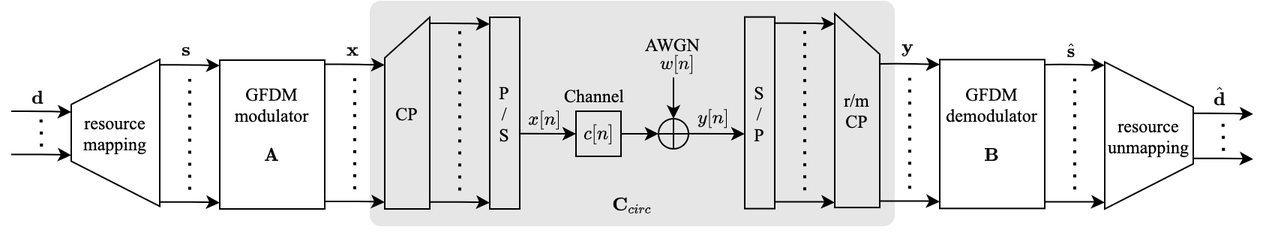
Earlier version of the draw.io export gfdm_system_model.png (jaylotw/GFDM). Source tidied: cells renumbered, new cells last; positions are measured from the earlier drawing's top-left corner, leaving out a move shared by most shapes.
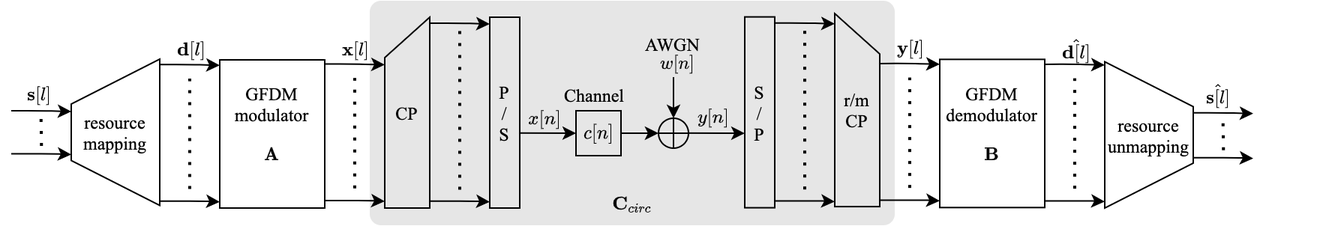
Above is the later version.

The edit, as a diff of the source:
```diff
@@ -5,8 +5,8 @@
     <mxCell id="2" style="rounded=1;whiteSpace=wrap;html=1;strokeColor=none;fillColor=#E6E6E6;arcSize=5;" parent="1" vertex="1">
       <mxGeometry x="239" width="350" height="150" as="geometry" />
     </mxCell>
-    <mxCell id="3" value="&lt;span style=&quot;color: rgb(0, 0, 0); font-size: 12px; font-style: normal; font-weight: 400; letter-spacing: normal; text-align: center; text-indent: 0px; text-transform: none; word-spacing: 0px; background-color: rgb(248, 249, 250); display: inline; float: none;&quot;&gt;$$\mathbf{d}$$&lt;/span&gt;" style="text;whiteSpace=wrap;html=1;fontFamily=Times New Roman;" parent="1" vertex="1">
-      <mxGeometry x="12" y="39" width="10" height="40" as="geometry" />
+    <mxCell id="3" value="&lt;span style=&quot;color: rgb(0 , 0 , 0) ; font-size: 12px ; font-style: normal ; font-weight: 400 ; letter-spacing: normal ; text-align: center ; text-indent: 0px ; text-transform: none ; word-spacing: 0px ; background-color: rgb(248 , 249 , 250) ; display: inline ; float: none&quot;&gt;$$\mathbf{s}[l]$$&lt;/span&gt;" style="text;whiteSpace=wrap;html=1;fontFamily=Times New Roman;" parent="1" vertex="1">
+      <mxGeometry x="9" y="36.9" width="10" height="40" as="geometry" />
     </mxCell>
     <mxCell id="4" value="P&lt;br&gt;/&lt;br&gt;S" style="rounded=0;whiteSpace=wrap;html=1;fontFamily=Times New Roman;fillColor=none;" parent="1" vertex="1">
       <mxGeometry x="319" y="11" width="20" height="127.5" as="geometry" />
@@ -190,8 +190,8 @@
         </Array>
       </mxGeometry>
     </mxCell>
-    <mxCell id="32" value="&lt;span style=&quot;color: rgb(0, 0, 0); font-size: 12px; font-style: normal; font-weight: 400; letter-spacing: normal; text-align: center; text-indent: 0px; text-transform: none; word-spacing: 0px; background-color: rgb(248, 249, 250); display: inline; float: none;&quot;&gt;$$\hat{\mathbf{d}}$$&lt;/span&gt;" style="text;whiteSpace=wrap;html=1;fontFamily=Times New Roman;" parent="1" vertex="1">
-      <mxGeometry x="800.1" y="36.9" width="20" height="40" as="geometry" />
+    <mxCell id="32" value="&lt;span style=&quot;color: rgb(0 , 0 , 0) ; font-size: 12px ; font-style: normal ; font-weight: 400 ; letter-spacing: normal ; text-align: center ; text-indent: 0px ; text-transform: none ; word-spacing: 0px ; background-color: rgb(248 , 249 , 250) ; display: inline ; float: none&quot;&gt;$$\hat{\mathbf{s}[l]&lt;br&gt;}$$&lt;/span&gt;" style="text;whiteSpace=wrap;html=1;fontFamily=Times New Roman;" parent="1" vertex="1">
+      <mxGeometry x="795" y="35.5" width="20" height="40" as="geometry" />
     </mxCell>
     <mxCell id="33" value="&lt;span style=&quot;color: rgb(0 , 0 , 0) ; font-size: 12px ; font-style: normal ; font-weight: 400 ; letter-spacing: normal ; text-align: center ; text-indent: 0px ; text-transform: none ; word-spacing: 0px ; background-color: rgb(248 , 249 , 250) ; display: inline ; float: none&quot;&gt;$${x[n]}$$&lt;/span&gt;" style="text;whiteSpace=wrap;html=1;fontFamily=Times New Roman;" parent="1" vertex="1">
       <mxGeometry x="343" y="53.2" width="12" height="40" as="geometry" />
@@ -199,14 +199,14 @@
     <mxCell id="34" value="&lt;span style=&quot;color: rgb(0, 0, 0); font-size: 12px; font-style: normal; font-weight: 400; letter-spacing: normal; text-align: center; text-indent: 0px; text-transform: none; word-spacing: 0px; display: inline; float: none;&quot;&gt;Channel&lt;/span&gt;" style="text;whiteSpace=wrap;html=1;fontFamily=Times New Roman;labelBackgroundColor=none;" parent="1" vertex="1">
       <mxGeometry x="367" y="50" width="49" height="20" as="geometry" />
     </mxCell>
-    <mxCell id="35" value="&lt;span style=&quot;color: rgb(0, 0, 0); font-size: 12px; font-style: normal; font-weight: 400; letter-spacing: normal; text-align: center; text-indent: 0px; text-transform: none; word-spacing: 0px; background-color: rgb(248, 249, 250); display: inline; float: none;&quot;&gt;$${\mathbf{x}}$$&lt;/span&gt;" style="text;whiteSpace=wrap;html=1;fontFamily=Times New Roman;" parent="1" vertex="1">
-      <mxGeometry x="222" y="6.5" width="12" height="40" as="geometry" />
+    <mxCell id="35" value="&lt;span style=&quot;color: rgb(0 , 0 , 0) ; font-size: 12px ; font-style: normal ; font-weight: 400 ; letter-spacing: normal ; text-align: center ; text-indent: 0px ; text-transform: none ; word-spacing: 0px ; background-color: rgb(248 , 249 , 250) ; display: inline ; float: none&quot;&gt;$${\mathbf{x}[l]&lt;br&gt;}$$&lt;/span&gt;" style="text;whiteSpace=wrap;html=1;fontFamily=Times New Roman;" parent="1" vertex="1">
+      <mxGeometry x="219" y="6.5" width="12" height="40" as="geometry" />
     </mxCell>
-    <mxCell id="36" value="&lt;span style=&quot;color: rgb(0, 0, 0); font-size: 12px; font-style: normal; font-weight: 400; letter-spacing: normal; text-align: center; text-indent: 0px; text-transform: none; word-spacing: 0px; background-color: rgb(248, 249, 250); display: inline; float: none;&quot;&gt;$${\mathbf{y}}$$&lt;/span&gt;" style="text;whiteSpace=wrap;html=1;fontFamily=Times New Roman;" parent="1" vertex="1">
-      <mxGeometry x="592" y="4.8" width="12" height="40" as="geometry" />
+    <mxCell id="36" value="&lt;span style=&quot;color: rgb(0 , 0 , 0) ; font-size: 12px ; font-style: normal ; font-weight: 400 ; letter-spacing: normal ; text-align: center ; text-indent: 0px ; text-transform: none ; word-spacing: 0px ; background-color: rgb(248 , 249 , 250) ; display: inline ; float: none&quot;&gt;$${\mathbf{y}[l]&lt;br&gt;}$$&lt;/span&gt;" style="text;whiteSpace=wrap;html=1;fontFamily=Times New Roman;" parent="1" vertex="1">
+      <mxGeometry x="589" y="5.5" width="12" height="40" as="geometry" />
     </mxCell>
-    <mxCell id="37" value="&lt;span style=&quot;color: rgb(0, 0, 0); font-size: 12px; font-style: normal; font-weight: 400; letter-spacing: normal; text-align: center; text-indent: 0px; text-transform: none; word-spacing: 0px; background-color: rgb(248, 249, 250); display: inline; float: none;&quot;&gt;$${\mathbf{s}}$$&lt;/span&gt;" style="text;whiteSpace=wrap;html=1;fontFamily=Times New Roman;" parent="1" vertex="1">
-      <mxGeometry x="112" y="6.5" width="12" height="40" as="geometry" />
+    <mxCell id="37" value="&lt;span style=&quot;color: rgb(0 , 0 , 0) ; font-size: 12px ; font-style: normal ; font-weight: 400 ; letter-spacing: normal ; text-align: center ; text-indent: 0px ; text-transform: none ; word-spacing: 0px ; background-color: rgb(248 , 249 , 250) ; display: inline ; float: none&quot;&gt;$${\mathbf{d}[l]}$$&lt;/span&gt;" style="text;whiteSpace=wrap;html=1;fontFamily=Times New Roman;" parent="1" vertex="1">
+      <mxGeometry x="109" y="6.5" width="12" height="40" as="geometry" />
     </mxCell>
     <mxCell id="38" style="endArrow=classic;html=1;fontFamily=Times New Roman;entryX=0;entryY=0.5;entryDx=0;entryDy=0;" parent="1" edge="1" target="6">
       <mxGeometry relative="1" as="geometry">
@@ -278,8 +278,8 @@
         <mxPoint x="709" y="51.8" as="targetPoint" />
       </mxGeometry>
     </mxCell>
-    <mxCell id="50" value="&lt;span style=&quot;color: rgb(0 , 0 , 0) ; font-size: 12px ; font-style: normal ; font-weight: 400 ; letter-spacing: normal ; text-align: center ; text-indent: 0px ; text-transform: none ; word-spacing: 0px ; background-color: rgb(248 , 249 , 250) ; display: inline ; float: none&quot;&gt;$$\hat{\mathbf{s}}$$&lt;/span&gt;" style="text;whiteSpace=wrap;html=1;fontFamily=Times New Roman;" parent="1" vertex="1">
-      <mxGeometry x="702" y="8.3" width="20" height="40" as="geometry" />
+    <mxCell id="50" value="&lt;span style=&quot;color: rgb(0 , 0 , 0) ; font-size: 12px ; font-style: normal ; font-weight: 400 ; letter-spacing: normal ; text-align: center ; text-indent: 0px ; text-transform: none ; word-spacing: 0px ; background-color: rgb(248 , 249 , 250) ; display: inline ; float: none&quot;&gt;$$\hat{\mathbf{d}[l]&lt;br&gt;}$$&lt;/span&gt;" style="text;whiteSpace=wrap;html=1;fontFamily=Times New Roman;" parent="1" vertex="1">
+      <mxGeometry x="699" y="5.5" width="20" height="40" as="geometry" />
     </mxCell>
     <mxCell id="51" value="&lt;span style=&quot;color: rgb(0 , 0 , 0) ; font-size: 12px ; font-style: normal ; font-weight: 400 ; letter-spacing: normal ; text-indent: 0px ; text-transform: none ; word-spacing: 0px ; background-color: rgb(248 , 249 , 250) ; display: inline ; float: none&quot;&gt;$${\mathbf{C}_{circ}}$$&lt;/span&gt;" style="text;whiteSpace=wrap;html=1;fontFamily=Times New Roman;align=center;" parent="1" vertex="1">
       <mxGeometry x="396.8" y="110" width="34.5" height="40" as="geometry" />
```
